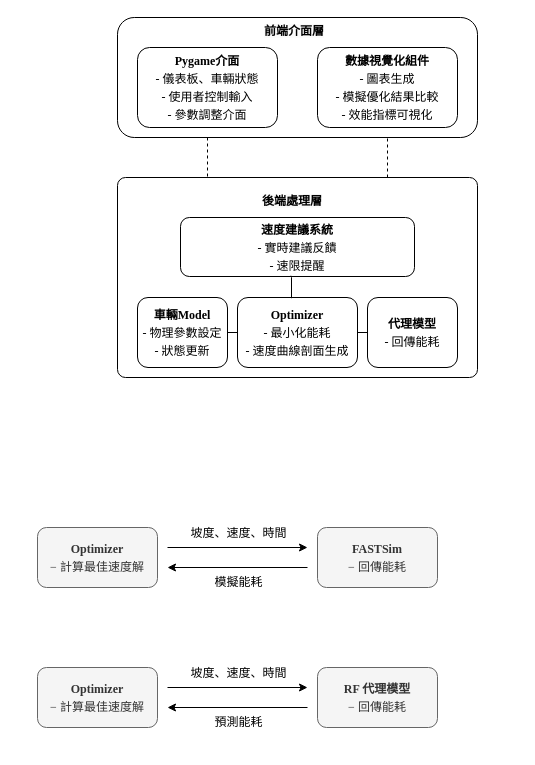
Before: page "第 1 页" (1 of 5) of 優化器模擬器互動.drawio in lai20021015/Automobile-energy-consumption-detector, a draw.io diagram. Source tidied: cells renumbered, new cells numbered last; positions are measured from the earlier drawing's top-left corner, leaving out a move shared by most shapes. Both pictures are drawn from the tidied source at 100%, with x=0, y=0 at pixel (17, 17).
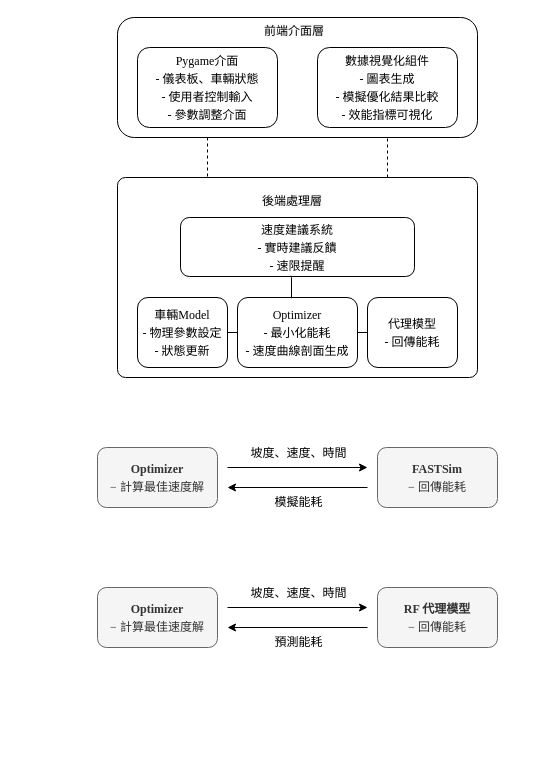
The same page after the edit.

Change to the diagram source:
```diff
@@
-    <mxCell id="2" style="rounded=0;whiteSpace=wrap;html=1;strokeColor=#FFFFFF;" parent="1" vertex="1">
-      <mxGeometry y="490" width="440" height="100" as="geometry" />
+    <mxCell id="2" style="rounded=0;whiteSpace=wrap;html=1;strokeColor=#FFFFFF;fontFamily=Times New Roman;" parent="1" vertex="1">
+      <mxGeometry x="60" y="410" width="440" height="100" as="geometry" />
     </mxCell>
-    <mxCell id="3" style="edgeStyle=orthogonalEdgeStyle;rounded=0;jettySize=auto;html=1;exitX=0.75;exitY=0;exitDx=0;exitDy=0;entryX=0.75;entryY=1;entryDx=0;entryDy=0;strokeColor=default;endArrow=none;startFill=0;dashed=1;" parent="1" edge="1" source="4" target="6">
+    <mxCell id="3" style="edgeStyle=orthogonalEdgeStyle;rounded=0;jettySize=auto;html=1;exitX=0.75;exitY=0;exitDx=0;exitDy=0;entryX=0.75;entryY=1;entryDx=0;entryDy=0;strokeColor=default;endArrow=none;startFill=0;dashed=1;fontFamily=Times New Roman;fontStyle=0;" parent="1" edge="1" source="4" target="6">
       <mxGeometry relative="1" as="geometry" />
     </mxCell>
-    <mxCell id="4" style="rounded=1;whiteSpace=wrap;html=1;arcSize=4;" parent="1" vertex="1">
+    <mxCell id="4" style="rounded=1;whiteSpace=wrap;html=1;arcSize=4;fontFamily=Times New Roman;fontStyle=0;" parent="1" vertex="1">
       <mxGeometry x="100" y="160" width="360" height="200" as="geometry" />
     </mxCell>
-    <mxCell id="5" style="edgeStyle=orthogonalEdgeStyle;rounded=0;jettySize=auto;html=1;exitX=0.25;exitY=1;exitDx=0;exitDy=0;entryX=0.25;entryY=0;entryDx=0;entryDy=0;endArrow=none;startFill=0;dashed=1;" parent="1" edge="1" source="6" target="4">
+    <mxCell id="5" style="edgeStyle=orthogonalEdgeStyle;rounded=0;jettySize=auto;html=1;exitX=0.25;exitY=1;exitDx=0;exitDy=0;entryX=0.25;entryY=0;entryDx=0;entryDy=0;endArrow=none;startFill=0;dashed=1;fontFamily=Times New Roman;fontStyle=0;" parent="1" edge="1" source="6" target="4">
       <mxGeometry relative="1" as="geometry" />
     </mxCell>
-    <mxCell id="6" style="rounded=1;whiteSpace=wrap;html=1;arcSize=14;" parent="1" vertex="1">
+    <mxCell id="6" style="rounded=1;whiteSpace=wrap;html=1;arcSize=14;fontFamily=Times New Roman;fontStyle=0;" parent="1" vertex="1">
       <mxGeometry x="100" width="360" height="120" as="geometry" />
     </mxCell>
-    <mxCell id="7" value="&lt;div style=&quot;line-height: 150%;&quot;&gt;&lt;b&gt;Pygame介面&lt;/b&gt;&lt;div&gt;- 儀表板、車輛狀態&lt;/div&gt;&lt;div&gt;- 使用者控制輸入&lt;/div&gt;&lt;div&gt;- 參數調整介面&lt;/div&gt;&lt;/div&gt;" style="rounded=1;whiteSpace=wrap;html=1;fontFamily=Times New Roman;" parent="1" vertex="1">
+    <mxCell id="7" value="&lt;div style=&quot;line-height: 150%;&quot;&gt;&lt;span&gt;Pygame介面&lt;/span&gt;&lt;div&gt;- 儀表板、車輛狀態&lt;/div&gt;&lt;div&gt;- 使用者控制輸入&lt;/div&gt;&lt;div&gt;- 參數調整介面&lt;/div&gt;&lt;/div&gt;" style="rounded=1;whiteSpace=wrap;html=1;fontFamily=Times New Roman;fontStyle=0;" parent="1" vertex="1">
       <mxGeometry x="120" y="30" width="140" height="80" as="geometry" />
     </mxCell>
-    <mxCell id="8" value="&lt;span style=&quot;color: rgb(0, 0, 0); font-size: 12px; font-style: normal; font-variant-ligatures: normal; font-variant-caps: normal; letter-spacing: normal; orphans: 2; text-align: center; text-indent: 0px; text-transform: none; widows: 2; word-spacing: 0px; -webkit-text-stroke-width: 0px; white-space: normal; background-color: rgb(251, 251, 251); text-decoration-thickness: initial; text-decoration-style: initial; text-decoration-color: initial; float: none; display: inline !important;&quot;&gt;&lt;b&gt;&lt;font face=&quot;Times New Roman&quot;&gt;前端介面層&lt;/font&gt;&lt;/b&gt;&lt;/span&gt;" style="text;whiteSpace=wrap;html=1;rounded=1;" parent="1" vertex="1">
+    <mxCell id="8" value="&lt;span style=&quot;color: rgb(0, 0, 0); font-size: 12px; font-style: normal; font-variant-ligatures: normal; font-variant-caps: normal; letter-spacing: normal; orphans: 2; text-align: center; text-indent: 0px; text-transform: none; widows: 2; word-spacing: 0px; -webkit-text-stroke-width: 0px; white-space: normal; background-color: rgb(251, 251, 251); text-decoration-thickness: initial; text-decoration-style: initial; text-decoration-color: initial; float: none; display: inline !important;&quot;&gt;&lt;span&gt;&lt;font&gt;前端介面層&lt;/font&gt;&lt;/span&gt;&lt;/span&gt;" style="text;whiteSpace=wrap;html=1;rounded=1;fontFamily=Times New Roman;fontStyle=0;" parent="1" vertex="1">
       <mxGeometry x="245" width="70" height="30" as="geometry" />
     </mxCell>
-    <mxCell id="9" value="&lt;div style=&quot;line-height: 150%;&quot;&gt;&lt;b&gt;&lt;font face=&quot;Times New Roman&quot;&gt;數據視覺化組件&lt;/font&gt;&lt;/b&gt;&lt;div&gt;&lt;font face=&quot;Times New Roman&quot;&gt;- 圖表生成&lt;/font&gt;&lt;/div&gt;&lt;div&gt;&lt;font face=&quot;Times New Roman&quot;&gt;- 模擬優化結果比較&lt;/font&gt;&lt;/div&gt;&lt;div&gt;&lt;font face=&quot;Times New Roman&quot;&gt;- 效能指標可視化&lt;/font&gt;&lt;/div&gt;&lt;/div&gt;" style="rounded=1;whiteSpace=wrap;html=1;" parent="1" vertex="1">
+    <mxCell id="9" value="&lt;div style=&quot;line-height: 150%;&quot;&gt;&lt;span&gt;&lt;font&gt;數據視覺化組件&lt;/font&gt;&lt;/span&gt;&lt;div&gt;&lt;font&gt;- 圖表生成&lt;/font&gt;&lt;/div&gt;&lt;div&gt;&lt;font&gt;- 模擬優化結果比較&lt;/font&gt;&lt;/div&gt;&lt;div&gt;&lt;font&gt;- 效能指標可視化&lt;/font&gt;&lt;/div&gt;&lt;/div&gt;" style="rounded=1;whiteSpace=wrap;html=1;fontFamily=Times New Roman;fontStyle=0;" parent="1" vertex="1">
       <mxGeometry x="300" y="30" width="140" height="80" as="geometry" />
     </mxCell>
-    <mxCell id="10" value="&lt;span style=&quot;color: rgb(0, 0, 0); font-size: 12px; font-style: normal; font-variant-ligatures: normal; font-variant-caps: normal; letter-spacing: normal; orphans: 2; text-align: center; text-indent: 0px; text-transform: none; widows: 2; word-spacing: 0px; -webkit-text-stroke-width: 0px; white-space: normal; background-color: rgb(251, 251, 251); text-decoration-thickness: initial; text-decoration-style: initial; text-decoration-color: initial; float: none; display: inline !important;&quot;&gt;&lt;b&gt;後端處理層&lt;/b&gt;&lt;/span&gt;" style="text;whiteSpace=wrap;html=1;fontFamily=Times New Roman;" parent="1" vertex="1">
+    <mxCell id="10" value="&lt;span style=&quot;color: rgb(0, 0, 0); font-size: 12px; font-style: normal; font-variant-ligatures: normal; font-variant-caps: normal; letter-spacing: normal; orphans: 2; text-align: center; text-indent: 0px; text-transform: none; widows: 2; word-spacing: 0px; -webkit-text-stroke-width: 0px; white-space: normal; background-color: rgb(251, 251, 251); text-decoration-thickness: initial; text-decoration-style: initial; text-decoration-color: initial; float: none; display: inline !important;&quot;&gt;&lt;span&gt;後端處理層&lt;/span&gt;&lt;/span&gt;" style="text;whiteSpace=wrap;html=1;fontFamily=Times New Roman;fontStyle=0;" parent="1" vertex="1">
       <mxGeometry x="243" y="170" width="70" height="20" as="geometry" />
     </mxCell>
-    <mxCell id="11" style="edgeStyle=orthogonalEdgeStyle;rounded=0;jettySize=auto;html=1;exitX=1;exitY=0.5;exitDx=0;exitDy=0;entryX=0;entryY=0.5;entryDx=0;entryDy=0;endArrow=none;startFill=0;" parent="1" edge="1" source="12" target="14">
+    <mxCell id="11" style="edgeStyle=orthogonalEdgeStyle;rounded=0;jettySize=auto;html=1;exitX=1;exitY=0.5;exitDx=0;exitDy=0;entryX=0;entryY=0.5;entryDx=0;entryDy=0;endArrow=none;startFill=0;fontFamily=Times New Roman;fontStyle=0;" parent="1" edge="1" source="12" target="14">
       <mxGeometry relative="1" as="geometry" />
     </mxCell>
-    <mxCell id="12" value="&lt;div style=&quot;line-height: 150%;&quot;&gt;&lt;font&gt;&lt;b&gt;車輛Model&lt;/b&gt;&lt;br&gt;&lt;/font&gt;&lt;div&gt;&lt;font&gt;- 物理參數設定&lt;/font&gt;&lt;/div&gt;&lt;div&gt;&lt;font&gt;&lt;font&gt;- 狀態更新&lt;/font&gt;&lt;/font&gt;&lt;/div&gt;&lt;/div&gt;" style="rounded=1;whiteSpace=wrap;html=1;fontFamily=Times New Roman;" parent="1" vertex="1">
+    <mxCell id="12" value="&lt;div style=&quot;line-height: 150%;&quot;&gt;&lt;font&gt;&lt;span&gt;車輛Model&lt;/span&gt;&lt;br&gt;&lt;/font&gt;&lt;div&gt;&lt;font&gt;- 物理參數設定&lt;/font&gt;&lt;/div&gt;&lt;div&gt;&lt;font&gt;&lt;font&gt;- 狀態更新&lt;/font&gt;&lt;/font&gt;&lt;/div&gt;&lt;/div&gt;" style="rounded=1;whiteSpace=wrap;html=1;fontFamily=Times New Roman;fontStyle=0;" parent="1" vertex="1">
       <mxGeometry x="120" y="280" width="90" height="70" as="geometry" />
     </mxCell>
-    <mxCell id="13" style="edgeStyle=orthogonalEdgeStyle;rounded=0;jettySize=auto;html=1;entryX=0;entryY=0.5;entryDx=0;entryDy=0;strokeWidth=1;endArrow=none;startFill=0;" parent="1" edge="1" source="14" target="17">
+    <mxCell id="13" style="edgeStyle=orthogonalEdgeStyle;rounded=0;jettySize=auto;html=1;entryX=0;entryY=0.5;entryDx=0;entryDy=0;strokeWidth=1;endArrow=none;startFill=0;fontFamily=Times New Roman;fontStyle=0;" parent="1" edge="1" source="14" target="17">
       <mxGeometry relative="1" as="geometry" />
     </mxCell>
-    <mxCell id="14" value="&lt;div style=&quot;line-height: 150%;&quot;&gt;&lt;font&gt;&lt;b&gt;Optimizer&lt;/b&gt;&lt;br&gt;&lt;/font&gt;&lt;div&gt;&lt;font&gt;- 最小化能耗&lt;/font&gt;&lt;/div&gt;&lt;div&gt;&lt;font&gt;- 速度曲線剖面生成&lt;/font&gt;&lt;/div&gt;&lt;/div&gt;" style="rounded=1;whiteSpace=wrap;html=1;fontFamily=Times New Roman;" parent="1" vertex="1">
+    <mxCell id="14" value="&lt;div style=&quot;line-height: 150%;&quot;&gt;&lt;font&gt;&lt;span&gt;Optimizer&lt;/span&gt;&lt;br&gt;&lt;/font&gt;&lt;div&gt;&lt;font&gt;- 最小化能耗&lt;/font&gt;&lt;/div&gt;&lt;div&gt;&lt;font&gt;- 速度曲線剖面生成&lt;/font&gt;&lt;/div&gt;&lt;/div&gt;" style="rounded=1;whiteSpace=wrap;html=1;fontFamily=Times New Roman;fontStyle=0;" parent="1" vertex="1">
       <mxGeometry x="220" y="280" width="120" height="70" as="geometry" />
     </mxCell>
-    <mxCell id="15" value="&lt;div style=&quot;line-height: 150%;&quot;&gt;&lt;b&gt;速度建議系統&lt;/b&gt;&lt;br&gt;&lt;div&gt;- 實時建議反饋&lt;/div&gt;&lt;div&gt;- 速限提醒&lt;/div&gt;&lt;/div&gt;" style="rounded=1;whiteSpace=wrap;html=1;fontFamily=Times New Roman;" parent="1" vertex="1">
+    <mxCell id="15" value="&lt;div style=&quot;line-height: 150%;&quot;&gt;&lt;span&gt;速度建議系統&lt;/span&gt;&lt;br&gt;&lt;div&gt;- 實時建議反饋&lt;/div&gt;&lt;div&gt;- 速限提醒&lt;/div&gt;&lt;/div&gt;" style="rounded=1;whiteSpace=wrap;html=1;fontFamily=Times New Roman;fontStyle=0;" parent="1" vertex="1">
       <mxGeometry x="163" y="200" width="234" height="59" as="geometry" />
     </mxCell>
-    <mxCell id="16" style="edgeStyle=orthogonalEdgeStyle;rounded=0;jettySize=auto;html=1;endArrow=none;startFill=0;exitX=0.45;exitY=0.01;exitDx=0;exitDy=0;exitPerimeter=0;entryX=0.472;entryY=0.987;entryDx=0;entryDy=0;entryPerimeter=0;" parent="1" edge="1" source="14" target="15">
+    <mxCell id="16" style="edgeStyle=orthogonalEdgeStyle;rounded=0;jettySize=auto;html=1;endArrow=none;startFill=0;exitX=0.45;exitY=0.01;exitDx=0;exitDy=0;exitPerimeter=0;entryX=0.472;entryY=0.987;entryDx=0;entryDy=0;entryPerimeter=0;fontFamily=Times New Roman;fontStyle=0;" parent="1" edge="1" source="14" target="15">
       <mxGeometry relative="1" as="geometry">
         <Array as="points">
           <mxPoint x="274" y="260" />
         </Array>
       </mxGeometry>
     </mxCell>
-    <mxCell id="17" value="&lt;div style=&quot;line-height: 150%;&quot;&gt;&lt;font&gt;&lt;b style=&quot;&quot;&gt;代理模型&lt;/b&gt;&lt;br&gt;&lt;/font&gt;&lt;div&gt;&lt;font&gt;- 回傳能耗&lt;/font&gt;&lt;/div&gt;&lt;/div&gt;" style="rounded=1;whiteSpace=wrap;html=1;fontFamily=Times New Roman;" parent="1" vertex="1">
+    <mxCell id="17" value="&lt;div style=&quot;line-height: 150%;&quot;&gt;&lt;font&gt;&lt;span style=&quot;&quot;&gt;代理模型&lt;/span&gt;&lt;br&gt;&lt;/font&gt;&lt;div&gt;&lt;font&gt;- 回傳能耗&lt;/font&gt;&lt;/div&gt;&lt;/div&gt;" style="rounded=1;whiteSpace=wrap;html=1;fontFamily=Times New Roman;fontStyle=0;" parent="1" vertex="1">
       <mxGeometry x="350" y="280" width="90" height="70" as="geometry" />
     </mxCell>
-    <mxCell id="18" value="&lt;div style=&quot;line-height: 150%;&quot;&gt;&lt;font face=&quot;Times New Roman&quot;&gt;&lt;b&gt;Optimizer&lt;/b&gt;&lt;/font&gt;&lt;div&gt;&lt;font face=&quot;Times New Roman&quot;&gt;− 計算最佳速度解&lt;/font&gt;&lt;/div&gt;&lt;/div&gt;" style="rounded=1;whiteSpace=wrap;html=1;strokeColor=#666666;fillColor=#f5f5f5;fontColor=#333333;" parent="1" vertex="1">
-      <mxGeometry x="20" y="510" width="120" height="60" as="geometry" />
+    <mxCell id="18" value="&lt;div style=&quot;line-height: 150%;&quot;&gt;&lt;font&gt;&lt;b&gt;Optimizer&lt;/b&gt;&lt;/font&gt;&lt;div&gt;&lt;font&gt;− 計算最佳速度解&lt;/font&gt;&lt;/div&gt;&lt;/div&gt;" style="rounded=1;whiteSpace=wrap;html=1;strokeColor=#666666;fillColor=#f5f5f5;fontColor=#333333;fontFamily=Times New Roman;" parent="1" vertex="1">
+      <mxGeometry x="80" y="430" width="120" height="60" as="geometry" />
     </mxCell>
-    <mxCell id="19" value="&lt;div style=&quot;line-height: 150%;&quot;&gt;&lt;font face=&quot;Times New Roman&quot;&gt;&lt;b&gt;FASTSim&lt;/b&gt;&lt;/font&gt;&lt;br&gt;&lt;div&gt;&lt;font face=&quot;Times New Roman&quot;&gt;− 回傳能耗&lt;/font&gt;&lt;/div&gt;&lt;/div&gt;" style="rounded=1;whiteSpace=wrap;html=1;strokeColor=#666666;fillColor=#f5f5f5;fontColor=#333333;" parent="1" vertex="1">
-      <mxGeometry x="300" y="510" width="120" height="60" as="geometry" />
+    <mxCell id="19" value="&lt;div style=&quot;line-height: 150%;&quot;&gt;&lt;font&gt;&lt;b&gt;FASTSim&lt;/b&gt;&lt;/font&gt;&lt;br&gt;&lt;div&gt;&lt;font&gt;− 回傳能耗&lt;/font&gt;&lt;/div&gt;&lt;/div&gt;" style="rounded=1;whiteSpace=wrap;html=1;strokeColor=#666666;fillColor=#f5f5f5;fontColor=#333333;fontFamily=Times New Roman;" parent="1" vertex="1">
+      <mxGeometry x="360" y="430" width="120" height="60" as="geometry" />
     </mxCell>
-    <mxCell id="20" style="endArrow=classic;html=1;rounded=0;" parent="1" edge="1">
+    <mxCell id="20" style="endArrow=classic;html=1;rounded=0;fontFamily=Times New Roman;" parent="1" edge="1">
       <mxGeometry relative="1" as="geometry">
-        <mxPoint x="150" y="530" as="sourcePoint" />
-        <mxPoint x="290" y="530" as="targetPoint" />
+        <mxPoint x="210" y="450" as="sourcePoint" />
+        <mxPoint x="350" y="450" as="targetPoint" />
       </mxGeometry>
     </mxCell>
-    <mxCell id="21" style="endArrow=classic;html=1;rounded=0;" parent="1" edge="1">
+    <mxCell id="21" style="endArrow=classic;html=1;rounded=0;fontFamily=Times New Roman;" parent="1" edge="1">
       <mxGeometry relative="1" as="geometry">
-        <mxPoint x="290" y="550" as="sourcePoint" />
-        <mxPoint x="150" y="550" as="targetPoint" />
+        <mxPoint x="350" y="470" as="sourcePoint" />
+        <mxPoint x="210" y="470" as="targetPoint" />
       </mxGeometry>
     </mxCell>
-    <mxCell id="22" value="&lt;font style=&quot;line-height: 150%;&quot; face=&quot;Times New Roman&quot;&gt;坡度、速度、時間&lt;/font&gt;" style="text;html=1;align=center;verticalAlign=middle;whiteSpace=wrap;rounded=0;" parent="1" vertex="1">
-      <mxGeometry x="163" y="500" width="117" height="30" as="geometry" />
+    <mxCell id="22" value="&lt;font style=&quot;line-height: 150%;&quot;&gt;坡度、速度、時間&lt;/font&gt;" style="text;html=1;align=center;verticalAlign=middle;whiteSpace=wrap;rounded=0;fontFamily=Times New Roman;" parent="1" vertex="1">
+      <mxGeometry x="223" y="420" width="117" height="30" as="geometry" />
     </mxCell>
-    <mxCell id="23" value="&lt;font face=&quot;Times New Roman&quot;&gt;模擬能耗&lt;/font&gt;" style="text;html=1;align=center;verticalAlign=middle;whiteSpace=wrap;rounded=0;" parent="1" vertex="1">
-      <mxGeometry x="163" y="550" width="117" height="30" as="geometry" />
+    <mxCell id="23" value="&lt;font&gt;模擬能耗&lt;/font&gt;" style="text;html=1;align=center;verticalAlign=middle;whiteSpace=wrap;rounded=0;fontFamily=Times New Roman;" parent="1" vertex="1">
+      <mxGeometry x="223" y="470" width="117" height="30" as="geometry" />
     </mxCell>
-    <mxCell id="24" style="rounded=0;whiteSpace=wrap;html=1;strokeColor=#FFFFFF;" parent="1" vertex="1">
-      <mxGeometry y="630" width="440" height="100" as="geometry" />
+    <mxCell id="24" style="rounded=0;whiteSpace=wrap;html=1;strokeColor=#FFFFFF;fontFamily=Times New Roman;" parent="1" vertex="1">
+      <mxGeometry x="60" y="550" width="440" height="100" as="geometry" />
     </mxCell>
-    <mxCell id="25" value="&lt;div style=&quot;line-height: 150%;&quot;&gt;&lt;font face=&quot;Times New Roman&quot;&gt;&lt;b&gt;Optimizer&lt;/b&gt;&lt;/font&gt;&lt;div&gt;&lt;font face=&quot;Times New Roman&quot;&gt;− 計算最佳速度解&lt;/font&gt;&lt;/div&gt;&lt;/div&gt;" style="rounded=1;whiteSpace=wrap;html=1;strokeColor=#666666;fillColor=#f5f5f5;fontColor=#333333;" parent="1" vertex="1">
-      <mxGeometry x="20" y="650" width="120" height="60" as="geometry" />
+    <mxCell id="25" value="&lt;div style=&quot;line-height: 150%;&quot;&gt;&lt;font&gt;&lt;b&gt;Optimizer&lt;/b&gt;&lt;/font&gt;&lt;div&gt;&lt;font&gt;− 計算最佳速度解&lt;/font&gt;&lt;/div&gt;&lt;/div&gt;" style="rounded=1;whiteSpace=wrap;html=1;strokeColor=#666666;fillColor=#f5f5f5;fontColor=#333333;fontFamily=Times New Roman;" parent="1" vertex="1">
+      <mxGeometry x="80" y="570" width="120" height="60" as="geometry" />
     </mxCell>
-    <mxCell id="26" value="&lt;div style=&quot;line-height: 150%;&quot;&gt;&lt;font face=&quot;Times New Roman&quot;&gt;&lt;b&gt;RF 代理模型&lt;/b&gt;&lt;/font&gt;&lt;/div&gt;&lt;div style=&quot;line-height: 150%;&quot;&gt;&lt;font face=&quot;Times New Roman&quot;&gt;− 回傳能耗&lt;/font&gt;&lt;/div&gt;" style="rounded=1;whiteSpace=wrap;html=1;strokeColor=#666666;fillColor=#f5f5f5;fontColor=#333333;" parent="1" vertex="1">
-      <mxGeometry x="300" y="650" width="120" height="60" as="geometry" />
+    <mxCell id="26" value="&lt;div style=&quot;line-height: 150%;&quot;&gt;&lt;font&gt;&lt;b&gt;RF 代理模型&lt;/b&gt;&lt;/font&gt;&lt;/div&gt;&lt;div style=&quot;line-height: 150%;&quot;&gt;&lt;font&gt;− 回傳能耗&lt;/font&gt;&lt;/div&gt;" style="rounded=1;whiteSpace=wrap;html=1;strokeColor=#666666;fillColor=#f5f5f5;fontColor=#333333;fontFamily=Times New Roman;" parent="1" vertex="1">
+      <mxGeometry x="360" y="570" width="120" height="60" as="geometry" />
     </mxCell>
-    <mxCell id="27" style="endArrow=classic;html=1;rounded=0;" parent="1" edge="1">
+    <mxCell id="27" style="endArrow=classic;html=1;rounded=0;fontFamily=Times New Roman;" parent="1" edge="1">
       <mxGeometry relative="1" as="geometry">
-        <mxPoint x="150" y="670" as="sourcePoint" />
-        <mxPoint x="290" y="670" as="targetPoint" />
+        <mxPoint x="210" y="590" as="sourcePoint" />
+        <mxPoint x="350" y="590" as="targetPoint" />
       </mxGeometry>
     </mxCell>
-    <mxCell id="28" style="endArrow=classic;html=1;rounded=0;" parent="1" edge="1">
+    <mxCell id="28" style="endArrow=classic;html=1;rounded=0;fontFamily=Times New Roman;" parent="1" edge="1">
       <mxGeometry relative="1" as="geometry">
-        <mxPoint x="290" y="690" as="sourcePoint" />
-        <mxPoint x="150" y="690" as="targetPoint" />
+        <mxPoint x="350" y="610" as="sourcePoint" />
+        <mxPoint x="210" y="610" as="targetPoint" />
       </mxGeometry>
     </mxCell>
-    <mxCell id="29" value="&lt;font style=&quot;line-height: 150%;&quot; face=&quot;Times New Roman&quot;&gt;坡度、速度、時間&lt;/font&gt;" style="text;html=1;align=center;verticalAlign=middle;whiteSpace=wrap;rounded=0;" parent="1" vertex="1">
-      <mxGeometry x="163" y="640" width="117" height="30" as="geometry" />
+    <mxCell id="29" value="&lt;font style=&quot;line-height: 150%;&quot;&gt;坡度、速度、時間&lt;/font&gt;" style="text;html=1;align=center;verticalAlign=middle;whiteSpace=wrap;rounded=0;fontFamily=Times New Roman;" parent="1" vertex="1">
+      <mxGeometry x="223" y="560" width="117" height="30" as="geometry" />
     </mxCell>
-    <mxCell id="30" value="&lt;font face=&quot;Times New Roman&quot;&gt;預測能耗&lt;/font&gt;" style="text;html=1;align=center;verticalAlign=middle;whiteSpace=wrap;rounded=0;" parent="1" vertex="1">
-      <mxGeometry x="163" y="690" width="117" height="30" as="geometry" />
+    <mxCell id="30" value="&lt;font&gt;預測能耗&lt;/font&gt;" style="text;html=1;align=center;verticalAlign=middle;whiteSpace=wrap;rounded=0;fontFamily=Times New Roman;" parent="1" vertex="1">
+      <mxGeometry x="223" y="610" width="117" height="30" as="geometry" />
     </mxCell>
```
